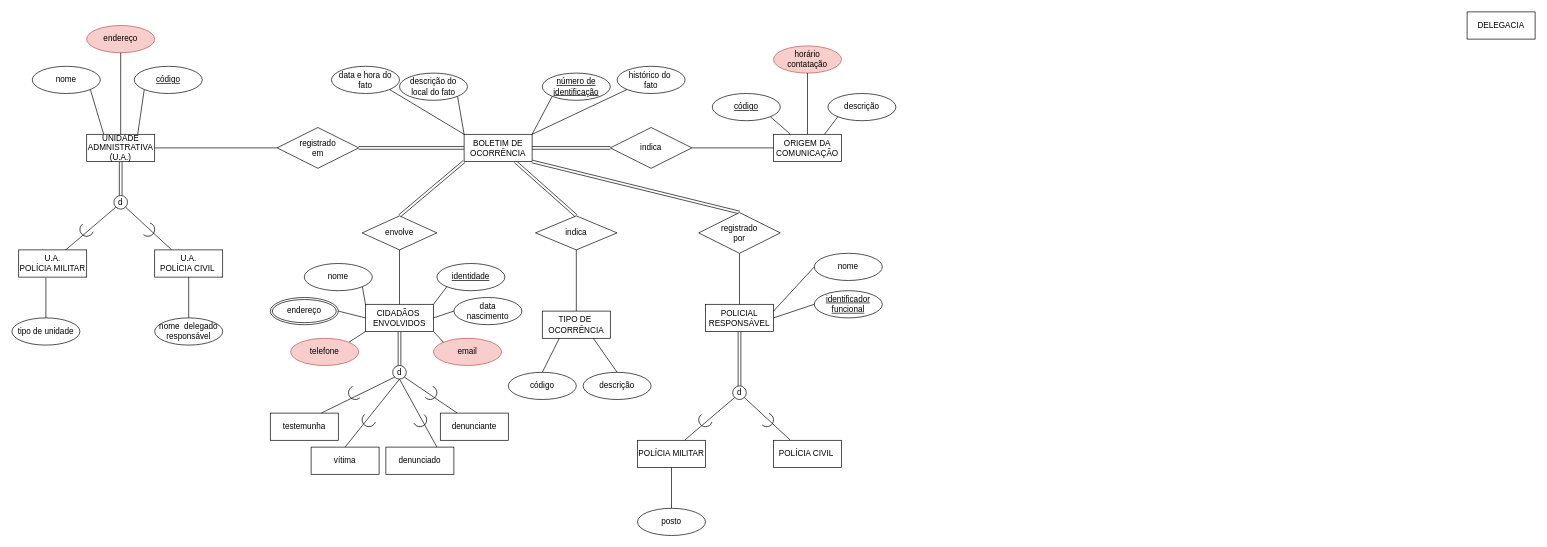
Earlier version of the draw.io diagram RegistroOcorrencia.drawio (SeleneMelo/Learning-DataBase). Source tidied: cells renumbered, new cells numbered last; positions are measured from the earlier drawing's top-left corner, leaving out a move shared by most shapes. Both pictures are drawn from the tidied source at 68%, with x=0, y=0 at pixel (12, 12).
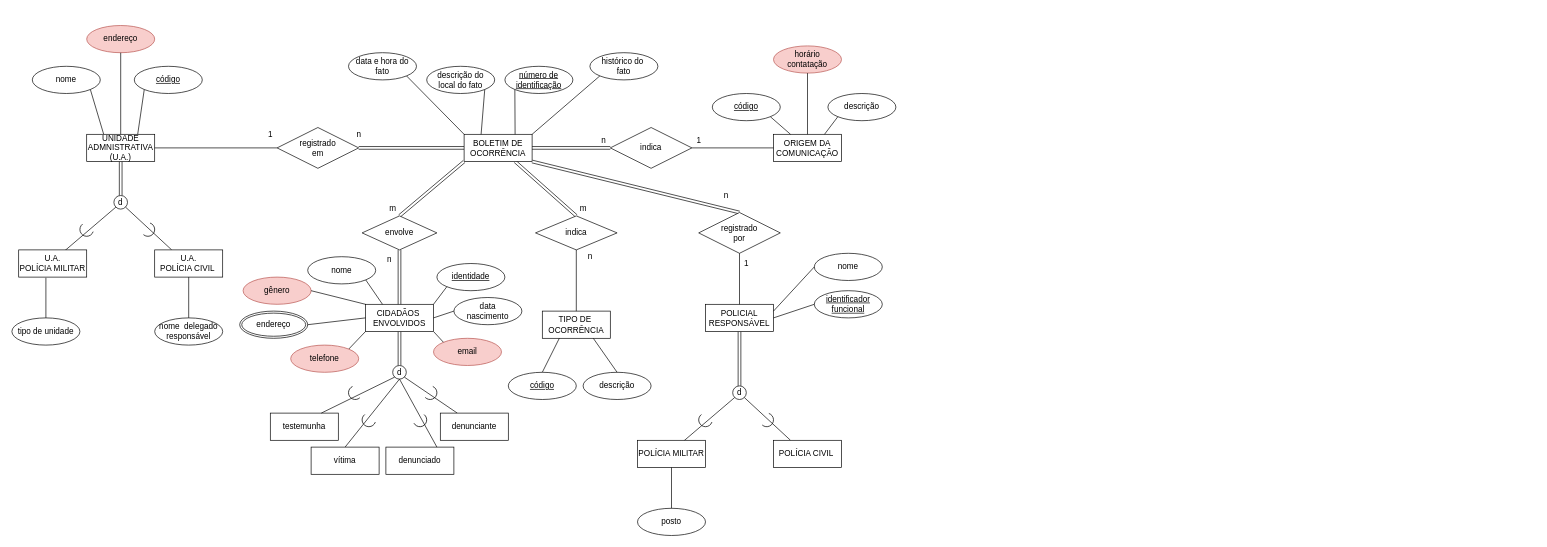
Above is the later version.

The change refers to these unchanged cells:
```xml
<mxCell id="6" value="BOLETIM DE&lt;br&gt;OCORRÊNCIA" style="whiteSpace=wrap;html=1;align=center;" parent="1" vertex="1">
  <mxGeometry x="665" y="180" width="100" height="40" as="geometry" />
</mxCell>
<mxCell id="16" value="CIDADÃOS&amp;nbsp;&lt;br&gt;ENVOLVIDOS" style="whiteSpace=wrap;html=1;align=center;" parent="1" vertex="1">
  <mxGeometry x="520" y="430" width="100" height="40" as="geometry" />
</mxCell>
<mxCell id="46" value="envolve" style="shape=rhombus;perimeter=rhombusPerimeter;whiteSpace=wrap;html=1;align=center;" parent="1" vertex="1">
  <mxGeometry x="515" y="300" width="110" height="50" as="geometry" />
</mxCell>
```

What changed in the source:
```diff
@@
     <mxCell id="7" value="data e hora do&lt;br&gt;fato" style="ellipse;whiteSpace=wrap;html=1;align=center;" parent="1" vertex="1">
-      <mxGeometry x="470" y="80" width="100" height="40" as="geometry" />
+      <mxGeometry x="495" y="60" width="100" height="40" as="geometry" />
     </mxCell>
     <mxCell id="8" value="histórico do&amp;nbsp;&lt;br&gt;fato" style="ellipse;whiteSpace=wrap;html=1;align=center;" parent="1" vertex="1">
-      <mxGeometry x="890" y="80" width="100" height="40" as="geometry" />
+      <mxGeometry x="850" y="60" width="100" height="40" as="geometry" />
     </mxCell>
     <mxCell id="9" value="descrição do&lt;br&gt;local do fato" style="ellipse;whiteSpace=wrap;html=1;align=center;" parent="1" vertex="1">
-      <mxGeometry x="570" y="90" width="100" height="40" as="geometry" />
+      <mxGeometry x="610" y="80" width="100" height="40" as="geometry" />
     </mxCell>
     <mxCell id="10" value="&lt;u&gt;número de&lt;br&gt;identificação&lt;/u&gt;" style="ellipse;whiteSpace=wrap;html=1;align=center;" parent="1" vertex="1">
-      <mxGeometry x="780" y="90" width="100" height="40" as="geometry" />
+      <mxGeometry x="725" y="80" width="100" height="40" as="geometry" />
     </mxCell>
-    <mxCell id="11" value="DELEGACIA" style="whiteSpace=wrap;html=1;align=center;" parent="1" vertex="1">
-      <mxGeometry x="2140" width="100" height="40" as="geometry" />
-    </mxCell>
@@
     <mxCell id="17" value="nome" style="ellipse;whiteSpace=wrap;html=1;align=center;" parent="1" vertex="1">
-      <mxGeometry x="430" y="370" width="100" height="40" as="geometry" />
+      <mxGeometry x="435" y="360" width="100" height="40" as="geometry" />
     </mxCell>
@@
-    <mxCell id="22" style="endArrow=none;html=1;rounded=0;exitX=0;exitY=1;exitDx=0;exitDy=0;entryX=1;entryY=0;entryDx=0;entryDy=0;" parent="1" edge="1" source="10" target="6">
+    <mxCell id="22" style="endArrow=none;html=1;rounded=0;exitX=0;exitY=1;exitDx=0;exitDy=0;entryX=0.75;entryY=0;entryDx=0;entryDy=0;" parent="1" edge="1" source="10" target="6">
       <mxGeometry relative="1" as="geometry" />
     </mxCell>
-    <mxCell id="23" style="endArrow=none;html=1;rounded=0;exitX=1;exitY=1;exitDx=0;exitDy=0;entryX=0;entryY=0;entryDx=0;entryDy=0;" parent="1" edge="1" source="9" target="6">
+    <mxCell id="23" style="endArrow=none;html=1;rounded=0;exitX=1;exitY=1;exitDx=0;exitDy=0;entryX=0.25;entryY=0;entryDx=0;entryDy=0;" parent="1" edge="1" source="9" target="6">
       <mxGeometry relative="1" as="geometry" />
     </mxCell>
-    <mxCell id="24" style="endArrow=none;html=1;rounded=0;entryX=0;entryY=0;entryDx=0;entryDy=0;exitX=1;exitY=1;exitDx=0;exitDy=0;" parent="1" edge="1" source="17" target="16">
+    <mxCell id="24" style="endArrow=none;html=1;rounded=0;entryX=0.25;entryY=0;entryDx=0;entryDy=0;exitX=1;exitY=1;exitDx=0;exitDy=0;" parent="1" edge="1" source="17" target="16">
       <mxGeometry relative="1" as="geometry" />
     </mxCell>
@@
     <mxCell id="60" value="endereço" style="ellipse;shape=doubleEllipse;margin=3;whiteSpace=wrap;html=1;align=center;" parent="1" vertex="1">
-      <mxGeometry x="380" y="420" width="100" height="40" as="geometry" />
+      <mxGeometry x="335" y="440" width="100" height="40" as="geometry" />
     </mxCell>
@@
-    <mxCell id="64" value="código" style="ellipse;whiteSpace=wrap;html=1;align=center;" parent="1" vertex="1">
+    <mxCell id="64" value="&lt;u&gt;código&lt;/u&gt;" style="ellipse;whiteSpace=wrap;html=1;align=center;" parent="1" vertex="1">
       <mxGeometry x="730" y="530" width="100" height="40" as="geometry" />
     </mxCell>
@@
-    <mxCell id="87" style="endArrow=none;html=1;rounded=0;exitX=0.5;exitY=1;exitDx=0;exitDy=0;entryX=0.5;entryY=0;entryDx=0;entryDy=0;" parent="1" edge="1" source="46" target="16">
+    <mxCell id="87" style="endArrow=none;html=1;rounded=0;exitX=0.5;exitY=1;exitDx=0;exitDy=0;entryX=0.5;entryY=0;entryDx=0;entryDy=0;shape=link;" parent="1" edge="1" source="46" target="16">
       <mxGeometry relative="1" as="geometry" />
     </mxCell>
@@
     <mxCell id="97" value="telefone" style="ellipse;whiteSpace=wrap;html=1;align=center;fillColor=#f8cecc;strokeColor=#b85450;" parent="1" vertex="1">
-      <mxGeometry x="410" y="480" width="100" height="40" as="geometry" />
+      <mxGeometry x="410" y="490" width="100" height="40" as="geometry" />
     </mxCell>
@@
+    <mxCell id="101" value="gênero" style="ellipse;whiteSpace=wrap;html=1;align=center;fillColor=#f8cecc;strokeColor=#b85450;" parent="1" vertex="1">
+      <mxGeometry x="340" y="390" width="100" height="40" as="geometry" />
+    </mxCell>
+    <mxCell id="102" style="endArrow=none;html=1;rounded=0;entryX=0;entryY=0;entryDx=0;entryDy=0;exitX=1;exitY=0.5;exitDx=0;exitDy=0;" parent="1" edge="1" source="101" target="16">
+      <mxGeometry relative="1" as="geometry" />
+    </mxCell>
+    <mxCell id="103" value="n" style="text;html=1;align=center;verticalAlign=middle;strokeColor=none;" parent="1" vertex="1">
+      <mxGeometry x="860" y="180" width="20" height="20" as="geometry" />
+    </mxCell>
+    <mxCell id="104" value="1" style="text;html=1;align=center;verticalAlign=middle;strokeColor=none;" parent="1" vertex="1">
+      <mxGeometry x="1000" y="180" width="20" height="20" as="geometry" />
+    </mxCell>
+    <mxCell id="105" value="n" style="text;html=1;align=center;verticalAlign=middle;strokeColor=none;" parent="1" vertex="1">
+      <mxGeometry x="500" y="170" width="20" height="20" as="geometry" />
+    </mxCell>
+    <mxCell id="106" value="1" style="text;html=1;align=center;verticalAlign=middle;strokeColor=none;" parent="1" vertex="1">
+      <mxGeometry x="370" y="170" width="20" height="20" as="geometry" />
+    </mxCell>
+    <mxCell id="107" value="m" style="text;html=1;align=center;verticalAlign=middle;strokeColor=none;" parent="1" vertex="1">
+      <mxGeometry x="545" y="280" width="30" height="20" as="geometry" />
+    </mxCell>
+    <mxCell id="108" value="n" style="text;html=1;align=center;verticalAlign=middle;strokeColor=none;" parent="1" vertex="1">
+      <mxGeometry x="545" y="355" width="20" height="20" as="geometry" />
+    </mxCell>
+    <mxCell id="109" value="1" style="text;html=1;align=center;verticalAlign=middle;strokeColor=none;" parent="1" vertex="1">
+      <mxGeometry x="1070" y="360" width="20" height="20" as="geometry" />
+    </mxCell>
+    <mxCell id="110" value="n" style="text;html=1;align=center;verticalAlign=middle;strokeColor=none;" parent="1" vertex="1">
+      <mxGeometry x="1040" y="260" width="20" height="20" as="geometry" />
+    </mxCell>
+    <mxCell id="111" value="m" style="text;html=1;align=center;verticalAlign=middle;strokeColor=none;" parent="1" vertex="1">
+      <mxGeometry x="825" y="280" width="30" height="20" as="geometry" />
+    </mxCell>
+    <mxCell id="112" value="n" style="text;html=1;align=center;verticalAlign=middle;strokeColor=none;" parent="1" vertex="1">
+      <mxGeometry x="840" y="350" width="20" height="20" as="geometry" />
+    </mxCell>
```
